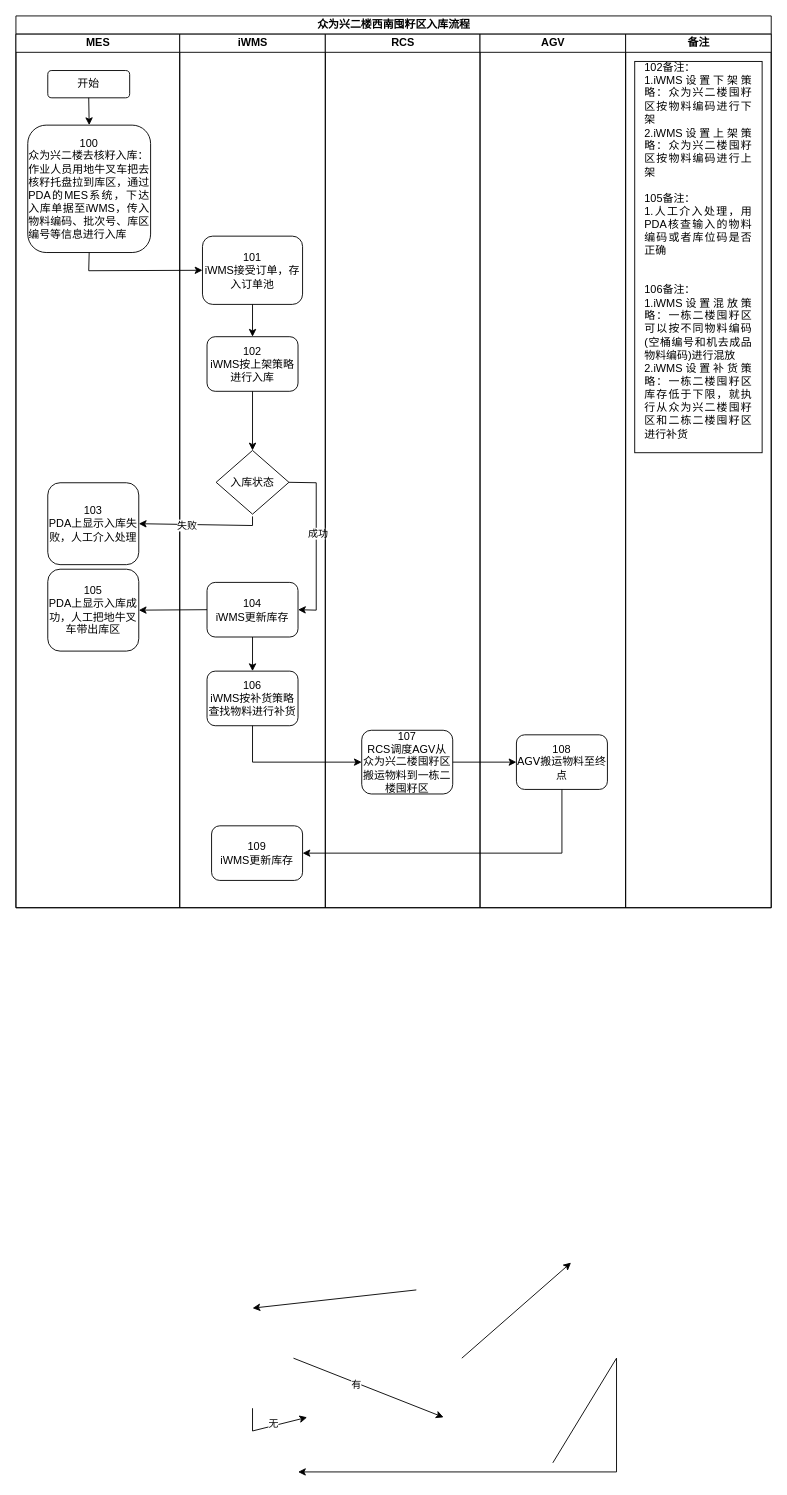
The draw.io diagram page "众为兴二楼西南囤籽区入库流程" (4 of 7) of data/晾籽出籽区到恒温屯籽区流程.drawio in chenyanxi/hosts, before the edit. Source tidied: cells renumbered, new cells numbered last; positions are measured from the earlier drawing's top-left corner, leaving out a move shared by most shapes. Both pictures are drawn from the tidied source at 91%, with x=0, y=0 at pixel (15, 15).
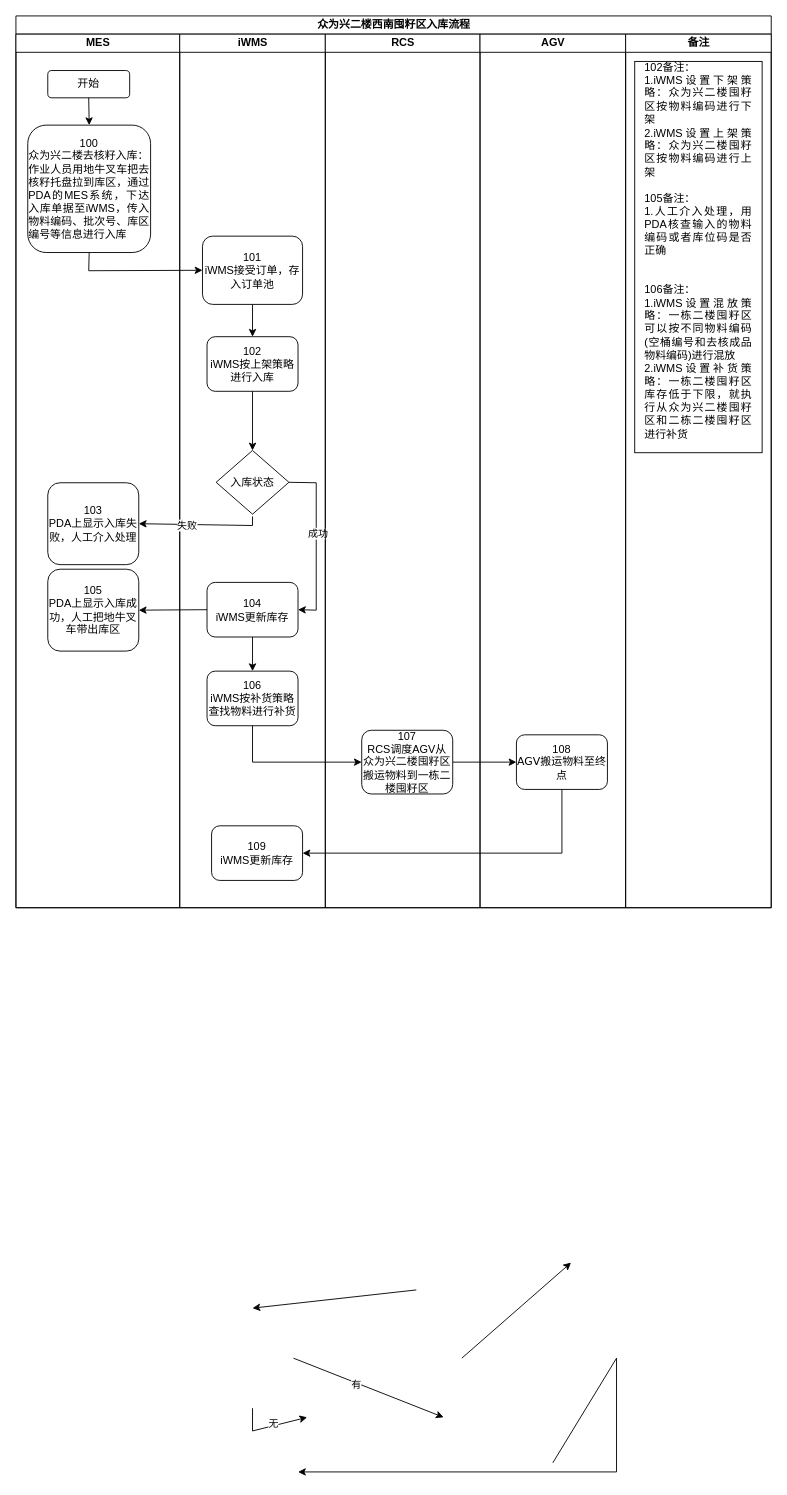
The same page after the edit.

Unchanged cells that the change refers to:
```xml
<mxCell id="28" value="备注" style="swimlane;html=1;startSize=20;" parent="2" vertex="1">
  <mxGeometry x="670" y="20" width="160" height="960" as="geometry" />
</mxCell>
```

What changed in the source:
```diff
@@
-    <mxCell id="29" value="&lt;div style=&quot;text-align: justify;&quot;&gt;102备注：&lt;/div&gt;&lt;div style=&quot;text-align: justify;&quot;&gt;&lt;span style=&quot;text-align: center; background-color: initial;&quot;&gt;1.iWMS设置下架策略：众为兴二楼囤籽区按物料编码进行下架&lt;/span&gt;&lt;/div&gt;&lt;div style=&quot;text-align: justify;&quot;&gt;&lt;span style=&quot;text-align: center;&quot;&gt;2.&lt;/span&gt;&lt;span style=&quot;background-color: initial; text-align: center;&quot;&gt;iWMS设置上架策略：众为兴二楼囤籽区按物料编码进行上架&lt;/span&gt;&lt;/div&gt;&lt;div style=&quot;text-align: justify;&quot;&gt;&lt;span style=&quot;text-align: center;&quot;&gt;&lt;br&gt;&lt;/span&gt;&lt;/div&gt;&lt;div style=&quot;text-align: justify;&quot;&gt;&lt;span style=&quot;text-align: center;&quot;&gt;105备注：&lt;/span&gt;&lt;/div&gt;&lt;div style=&quot;text-align: justify;&quot;&gt;1.人工介入处理，用PDA核查输入的物料编码或者库位码是否正确&lt;/div&gt;&lt;div style=&quot;text-align: justify;&quot;&gt;&lt;br&gt;&lt;/div&gt;&lt;div style=&quot;text-align: justify;&quot;&gt;&lt;br&gt;&lt;/div&gt;&lt;div style=&quot;text-align: justify;&quot;&gt;&lt;div&gt;106备注：&lt;/div&gt;&lt;div&gt;1.iWMS设置混放策略：一栋二楼囤籽区可以按不同物料编码(空桶编号和机去成品物料编码)进行混放&lt;/div&gt;&lt;div&gt;2.iWMS设置补货策略：一栋二楼囤籽区库存低于下限，就执行从众为兴二楼囤籽区和二栋二楼囤籽区进行补货&lt;/div&gt;&lt;div&gt;&lt;br&gt;&lt;/div&gt;&lt;/div&gt;" style="rounded=0;whiteSpace=wrap;html=1;spacingTop=5;spacingLeft=10;spacingBottom=5;spacingRight=10;" parent="28" vertex="1">
+    <mxCell id="29" value="&lt;div style=&quot;text-align: justify;&quot;&gt;102备注：&lt;/div&gt;&lt;div style=&quot;text-align: justify;&quot;&gt;&lt;span style=&quot;text-align: center; background-color: initial;&quot;&gt;1.iWMS设置下架策略：众为兴二楼囤籽区按物料编码进行下架&lt;/span&gt;&lt;/div&gt;&lt;div style=&quot;text-align: justify;&quot;&gt;&lt;span style=&quot;text-align: center;&quot;&gt;2.&lt;/span&gt;&lt;span style=&quot;background-color: initial; text-align: center;&quot;&gt;iWMS设置上架策略：众为兴二楼囤籽区按物料编码进行上架&lt;/span&gt;&lt;/div&gt;&lt;div style=&quot;text-align: justify;&quot;&gt;&lt;span style=&quot;text-align: center;&quot;&gt;&lt;br&gt;&lt;/span&gt;&lt;/div&gt;&lt;div style=&quot;text-align: justify;&quot;&gt;&lt;span style=&quot;text-align: center;&quot;&gt;105备注：&lt;/span&gt;&lt;/div&gt;&lt;div style=&quot;text-align: justify;&quot;&gt;1.人工介入处理，用PDA核查输入的物料编码或者库位码是否正确&lt;/div&gt;&lt;div style=&quot;text-align: justify;&quot;&gt;&lt;br&gt;&lt;/div&gt;&lt;div style=&quot;text-align: justify;&quot;&gt;&lt;br&gt;&lt;/div&gt;&lt;div style=&quot;text-align: justify;&quot;&gt;&lt;div&gt;106备注：&lt;/div&gt;&lt;div&gt;1.iWMS设置混放策略：一栋二楼囤籽区可以按不同物料编码(空桶编号和去核成品物料编码)进行混放&lt;/div&gt;&lt;div&gt;2.iWMS设置补货策略：一栋二楼囤籽区库存低于下限，就执行从众为兴二楼囤籽区和二栋二楼囤籽区进行补货&lt;/div&gt;&lt;div&gt;&lt;br&gt;&lt;/div&gt;&lt;/div&gt;" style="rounded=0;whiteSpace=wrap;html=1;spacingTop=5;spacingLeft=10;spacingBottom=5;spacingRight=10;" parent="28" vertex="1">
       <mxGeometry x="10" y="30" width="140" height="430" as="geometry" />
     </mxCell>
```
